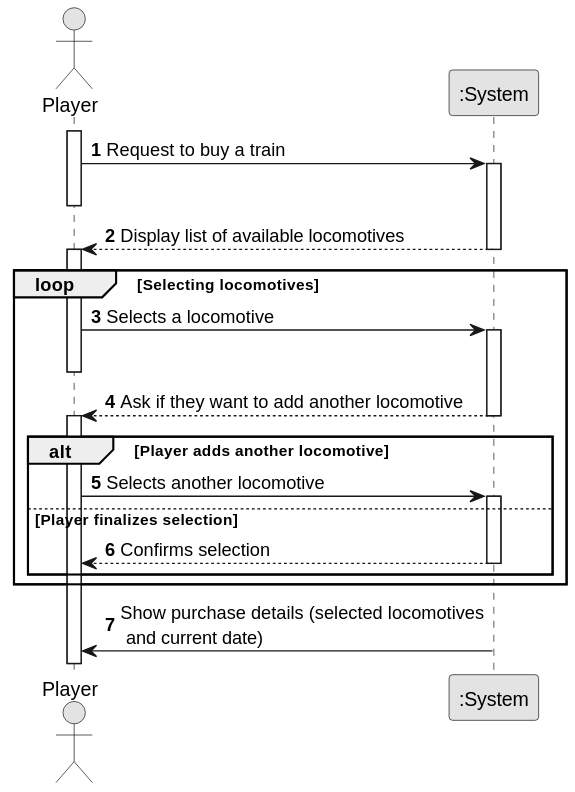
Above: docs/sprint1/us009/01.requirements-engineering/svg/us009-system-sequence-diagram.svg in ivasduarte/all-aboard (PlantUML), before the change. The source it was exported from:
```plantuml
@startuml
skinparam monochrome true
skinparam packageStyle rectangle
skinparam shadowing false

autonumber

actor "Player" as Player
participant ":System" as System

activate Player

Player -> System : Request to buy a train
activate System
deactivate Player

System --> Player : Display list of available locomotives
deactivate System
activate Player

loop Selecting locomotives
    Player -> System : Selects a locomotive
    activate System
    deactivate Player

    System --> Player : Ask if they want to add another locomotive
    deactivate System
    activate Player

    alt Player adds another locomotive
        Player -> System : Selects another locomotive
        activate System
    else Player finalizes selection
        System --> Player : Confirms selection
        deactivate System
    end
end

activate System
System -> Player : Show purchase details (selected locomotives\n and current date)
deactivate System
@enduml
```
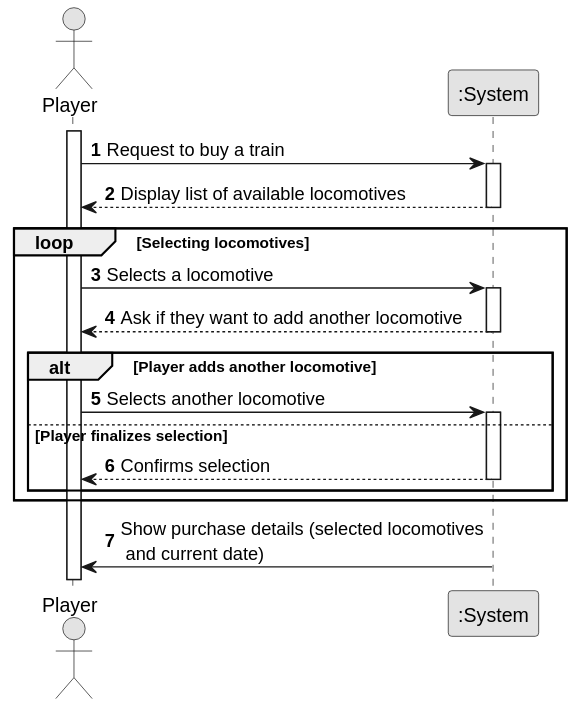
After the commit.

What changed in the source:
```diff
@@ -12,20 +12,16 @@
 
 Player -> System : Request to buy a train
 activate System
-deactivate Player
 
 System --> Player : Display list of available locomotives
 deactivate System
-activate Player
 
 loop Selecting locomotives
     Player -> System : Selects a locomotive
     activate System
-    deactivate Player
 
     System --> Player : Ask if they want to add another locomotive
     deactivate System
-    activate Player
 
     alt Player adds another locomotive
         Player -> System : Selects another locomotive
```
